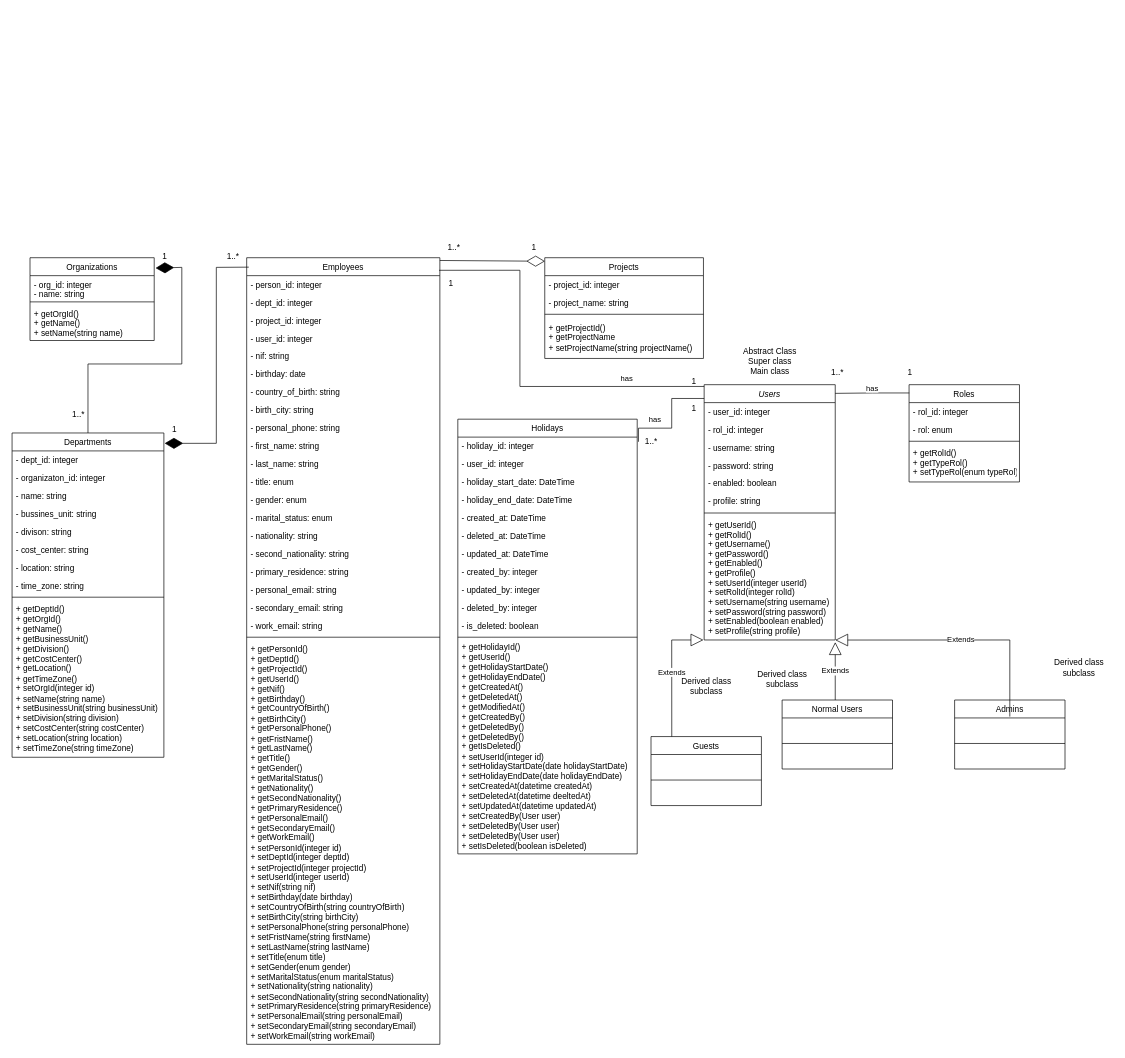
This is Diagramas/Diagrama-De-Clases/Diagrama_De_Clases_HolidaysApp.drawio from lhachete/Holidays-App, a draw.io file, before an edit. Source tidied: cells renumbered, new cells numbered last; positions are measured from the earlier drawing's top-left corner, leaving out a move shared by most shapes. Both pictures are drawn from the tidied source at 69%, with x=0, y=0 at pixel (12, 237).
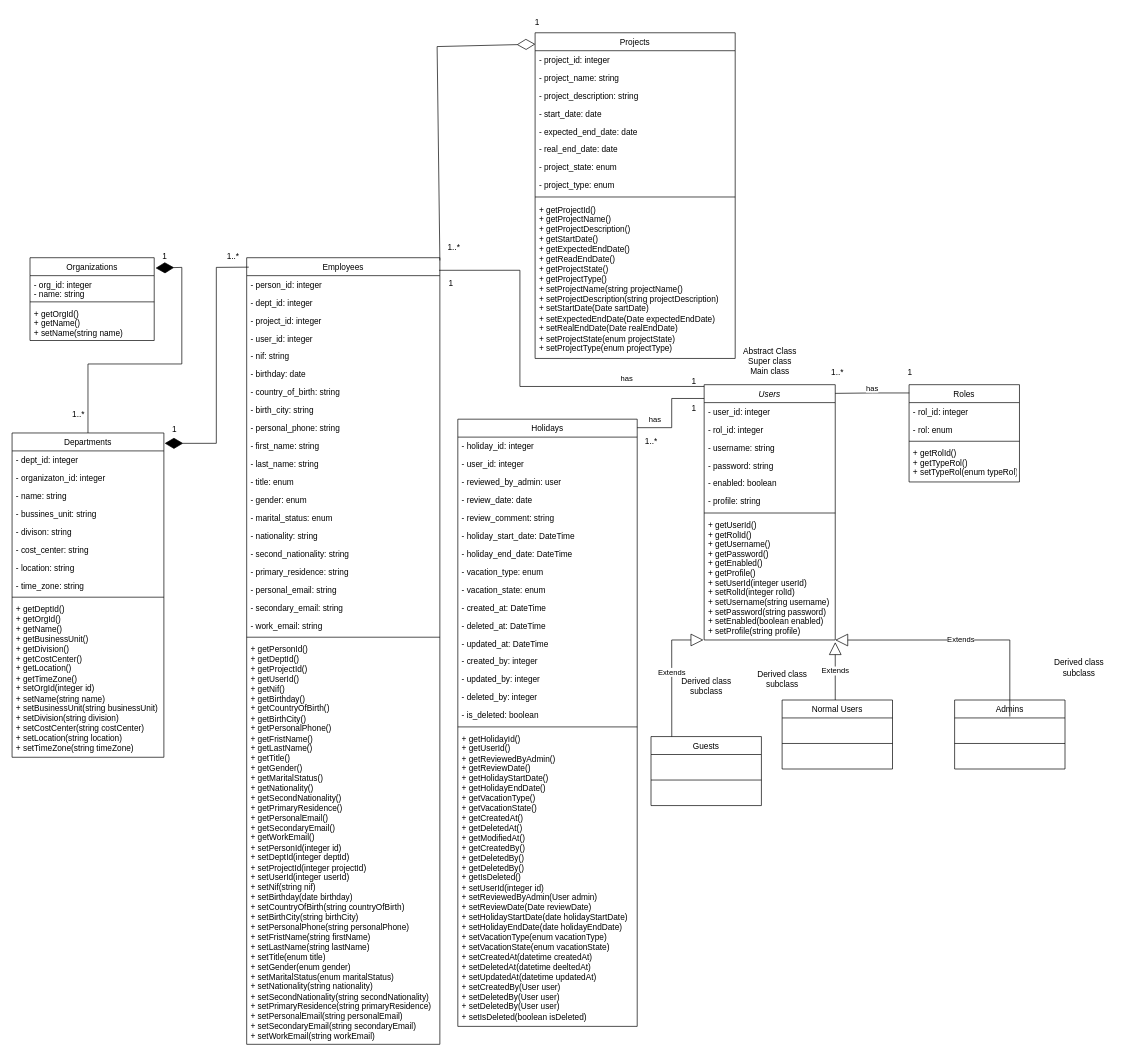
After the change.

What changed in the source:
```diff
@@
     <mxCell id="11" value="Holidays" style="swimlane;fontStyle=0;align=center;verticalAlign=top;horizontal=1;startSize=26;rounded=0;shadow=0;strokeWidth=1;" parent="1" vertex="1">
-      <mxGeometry x="646" y="264" width="260" height="630" as="geometry" />
+      <mxGeometry x="646" y="264" width="260" height="880" as="geometry" />
     </mxCell>
@@
+    <mxCell id="107" value="- reviewed_by_admin: user" style="text;align=left;verticalAlign=top;spacingLeft=4;spacingRight=4;overflow=hidden;rounded=0;shadow=0;html=0;" parent="11" vertex="1">
+      <mxGeometry y="78" width="260" height="26" as="geometry" />
+    </mxCell>
+    <mxCell id="108" value="- review_date: date" style="text;align=left;verticalAlign=top;spacingLeft=4;spacingRight=4;overflow=hidden;rounded=0;shadow=0;html=0;" parent="11" vertex="1">
+      <mxGeometry y="104" width="260" height="26" as="geometry" />
+    </mxCell>
+    <mxCell id="109" value="- review_comment: string" style="text;align=left;verticalAlign=top;spacingLeft=4;spacingRight=4;overflow=hidden;rounded=0;shadow=0;html=0;" parent="11" vertex="1">
+      <mxGeometry y="130" width="260" height="26" as="geometry" />
+    </mxCell>
     <mxCell id="14" value="- holiday_start_date: DateTime" style="text;align=left;verticalAlign=top;spacingLeft=4;spacingRight=4;overflow=hidden;rounded=0;shadow=0;html=0;" parent="11" vertex="1">
-      <mxGeometry y="78" width="260" height="26" as="geometry" />
+      <mxGeometry y="156" width="260" height="26" as="geometry" />
     </mxCell>
     <mxCell id="15" value="- holiday_end_date: DateTime" style="text;align=left;verticalAlign=top;spacingLeft=4;spacingRight=4;overflow=hidden;rounded=0;shadow=0;html=0;" parent="11" vertex="1">
-      <mxGeometry y="104" width="260" height="26" as="geometry" />
+      <mxGeometry y="182" width="260" height="26" as="geometry" />
     </mxCell>
+    <mxCell id="110" value="- vacation_type: enum" style="text;align=left;verticalAlign=top;spacingLeft=4;spacingRight=4;overflow=hidden;rounded=0;shadow=0;html=0;" parent="11" vertex="1">
+      <mxGeometry y="208" width="260" height="26" as="geometry" />
+    </mxCell>
+    <mxCell id="111" value="- vacation_state: enum" style="text;align=left;verticalAlign=top;spacingLeft=4;spacingRight=4;overflow=hidden;rounded=0;shadow=0;html=0;" parent="11" vertex="1">
+      <mxGeometry y="234" width="260" height="26" as="geometry" />
+    </mxCell>
     <mxCell id="16" value="- created_at: DateTime" style="text;align=left;verticalAlign=top;spacingLeft=4;spacingRight=4;overflow=hidden;rounded=0;shadow=0;html=0;" parent="11" vertex="1">
-      <mxGeometry y="130" width="260" height="26" as="geometry" />
+      <mxGeometry y="260" width="260" height="26" as="geometry" />
     </mxCell>
     <mxCell id="17" value="- deleted_at: DateTime" style="text;align=left;verticalAlign=top;spacingLeft=4;spacingRight=4;overflow=hidden;rounded=0;shadow=0;html=0;" parent="11" vertex="1">
-      <mxGeometry y="156" width="260" height="26" as="geometry" />
+      <mxGeometry y="286" width="260" height="26" as="geometry" />
     </mxCell>
     <mxCell id="18" value="- updated_at: DateTime" style="text;align=left;verticalAlign=top;spacingLeft=4;spacingRight=4;overflow=hidden;rounded=0;shadow=0;html=0;" parent="11" vertex="1">
-      <mxGeometry y="182" width="260" height="26" as="geometry" />
+      <mxGeometry y="312" width="260" height="26" as="geometry" />
     </mxCell>
     <mxCell id="19" value="- created_by: integer" style="text;align=left;verticalAlign=top;spacingLeft=4;spacingRight=4;overflow=hidden;rounded=0;shadow=0;html=0;" parent="11" vertex="1">
-      <mxGeometry y="208" width="260" height="26" as="geometry" />
+      <mxGeometry y="338" width="260" height="26" as="geometry" />
     </mxCell>
     <mxCell id="20" value="- updated_by: integer" style="text;align=left;verticalAlign=top;spacingLeft=4;spacingRight=4;overflow=hidden;rounded=0;shadow=0;html=0;" parent="11" vertex="1">
-      <mxGeometry y="234" width="260" height="26" as="geometry" />
+      <mxGeometry y="364" width="260" height="26" as="geometry" />
     </mxCell>
     <mxCell id="21" value="- deleted_by: integer" style="text;align=left;verticalAlign=top;spacingLeft=4;spacingRight=4;overflow=hidden;rounded=0;shadow=0;html=0;" parent="11" vertex="1">
-      <mxGeometry y="260" width="260" height="26" as="geometry" />
+      <mxGeometry y="390" width="260" height="26" as="geometry" />
     </mxCell>
     <mxCell id="22" value="- is_deleted: boolean" style="text;align=left;verticalAlign=top;spacingLeft=4;spacingRight=4;overflow=hidden;rounded=0;shadow=0;html=0;" parent="11" vertex="1">
-      <mxGeometry y="286" width="260" height="26" as="geometry" />
+      <mxGeometry y="416" width="260" height="26" as="geometry" />
     </mxCell>
     <mxCell id="23" style="line;html=1;strokeWidth=1;align=left;verticalAlign=middle;spacingTop=-1;spacingLeft=3;spacingRight=3;labelPosition=right;" parent="11" vertex="1">
-      <mxGeometry y="312" width="260" height="8" as="geometry" />
+      <mxGeometry y="442" width="260" height="8" as="geometry" />
     </mxCell>
-    <mxCell id="24" value="+ getHolidayId()&lt;div&gt;+ getUserId()&lt;br&gt;+ getHolidayStartDate()&lt;br&gt;+ getHolidayEndDate()&lt;/div&gt;&lt;div&gt;+ getCreatedAt()&lt;/div&gt;&lt;div&gt;+ getDeletedAt()&lt;/div&gt;&lt;div&gt;+ getModifiedAt()&lt;/div&gt;&lt;div&gt;+ getCreatedBy()&lt;/div&gt;&lt;div&gt;+ getDeletedBy()&lt;/div&gt;&lt;div&gt;+ getDeletedBy()&lt;/div&gt;&lt;div&gt;+ getIsDeleted()&lt;br&gt;+ setUserId(integer id)&lt;br&gt;+ setHolidayStartDate(date holidayStartDate)&lt;br&gt;+ setHolidayEndDate(date holidayEndDate)&lt;/div&gt;&lt;div&gt;&lt;div&gt;+ setCreatedAt(datetime createdAt)&lt;/div&gt;&lt;div&gt;+ setDeletedAt(datetime deeltedAt)&lt;/div&gt;&lt;div&gt;+ setUpdatedAt(datetime updatedAt)&lt;/div&gt;&lt;div&gt;&lt;div&gt;+ setCreatedBy(User user)&lt;/div&gt;&lt;div&gt;+ setDeletedBy(&lt;span style=&quot;background-color: transparent; color: light-dark(rgb(0, 0, 0), rgb(255, 255, 255));&quot;&gt;User user&lt;/span&gt;&lt;span style=&quot;background-color: transparent; color: light-dark(rgb(0, 0, 0), rgb(255, 255, 255));&quot;&gt;)&lt;/span&gt;&lt;/div&gt;&lt;div&gt;+ setDeletedBy(&lt;span style=&quot;background-color: transparent; color: light-dark(rgb(0, 0, 0), rgb(255, 255, 255));&quot;&gt;User user&lt;/span&gt;&lt;span style=&quot;background-color: transparent; color: light-dark(rgb(0, 0, 0), rgb(255, 255, 255));&quot;&gt;)&lt;/span&gt;&lt;/div&gt;&lt;/div&gt;&lt;/div&gt;&lt;div&gt;&lt;span style=&quot;background-color: transparent; color: light-dark(rgb(0, 0, 0), rgb(255, 255, 255));&quot;&gt;+ setIsDeleted(boolean isDeleted)&lt;/span&gt;&lt;/div&gt;" style="text;align=left;verticalAlign=middle;spacingLeft=4;spacingRight=4;overflow=hidden;rounded=0;shadow=0;html=1;spacing=2;" parent="11" vertex="1">
-      <mxGeometry y="320" width="260" height="310" as="geometry" />
+    <mxCell id="24" value="+ getHolidayId()&lt;div&gt;+ getUserId()&lt;/div&gt;&lt;div&gt;+ getReviewedByAdmin()&lt;/div&gt;&lt;div&gt;+ getReviewDate()&lt;br&gt;+ getHolidayStartDate()&lt;br&gt;+ getHolidayEndDate()&lt;/div&gt;&lt;div&gt;+ getVacationType()&lt;/div&gt;&lt;div&gt;+ getVacationState()&lt;/div&gt;&lt;div&gt;+ getCreatedAt()&lt;/div&gt;&lt;div&gt;+ getDeletedAt()&lt;/div&gt;&lt;div&gt;+ getModifiedAt()&lt;/div&gt;&lt;div&gt;+ getCreatedBy()&lt;/div&gt;&lt;div&gt;+ getDeletedBy()&lt;/div&gt;&lt;div&gt;+ getDeletedBy()&lt;/div&gt;&lt;div&gt;+ getIsDeleted()&lt;br&gt;+ setUserId(integer id)&lt;/div&gt;&lt;div&gt;&lt;div&gt;+ setReviewedByAdmin(User admin)&lt;/div&gt;&lt;div&gt;+ setReviewDate(Date reviewDate)&lt;/div&gt;+ setHolidayStartDate(date holidayStartDate)&lt;br&gt;+ setHolidayEndDate(date holidayEndDate)&lt;/div&gt;&lt;div&gt;&lt;div&gt;&lt;div&gt;+ setVacationType(enum vacationType)&lt;/div&gt;&lt;div&gt;+ setVacationState(enum vacationState)&lt;/div&gt;&lt;/div&gt;&lt;div&gt;+ setCreatedAt(datetime createdAt)&lt;/div&gt;&lt;div&gt;+ setDeletedAt(datetime deeltedAt)&lt;/div&gt;&lt;div&gt;+ setUpdatedAt(datetime updatedAt)&lt;/div&gt;&lt;div&gt;&lt;div&gt;+ setCreatedBy(User user)&lt;/div&gt;&lt;div&gt;+ setDeletedBy(&lt;span style=&quot;background-color: transparent; color: light-dark(rgb(0, 0, 0), rgb(255, 255, 255));&quot;&gt;User user&lt;/span&gt;&lt;span style=&quot;background-color: transparent; color: light-dark(rgb(0, 0, 0), rgb(255, 255, 255));&quot;&gt;)&lt;/span&gt;&lt;/div&gt;&lt;div&gt;+ setDeletedBy(&lt;span style=&quot;background-color: transparent; color: light-dark(rgb(0, 0, 0), rgb(255, 255, 255));&quot;&gt;User user&lt;/span&gt;&lt;span style=&quot;background-color: transparent; color: light-dark(rgb(0, 0, 0), rgb(255, 255, 255));&quot;&gt;)&lt;/span&gt;&lt;/div&gt;&lt;/div&gt;&lt;/div&gt;&lt;div&gt;&lt;span style=&quot;background-color: transparent; color: light-dark(rgb(0, 0, 0), rgb(255, 255, 255));&quot;&gt;+ setIsDeleted(boolean isDeleted)&lt;/span&gt;&lt;/div&gt;" style="text;align=left;verticalAlign=middle;spacingLeft=4;spacingRight=4;overflow=hidden;rounded=0;shadow=0;html=1;spacing=2;" parent="11" vertex="1">
+      <mxGeometry y="450" width="260" height="430" as="geometry" />
     </mxCell>
@@
     <mxCell id="53" value="Projects" style="swimlane;fontStyle=0;align=center;verticalAlign=top;horizontal=1;startSize=26;rounded=0;shadow=0;strokeWidth=1;" parent="1" vertex="1">
-      <mxGeometry x="772" y="30" width="230" height="146" as="geometry" />
+      <mxGeometry x="758" y="-296" width="290" height="472" as="geometry" />
     </mxCell>
     <mxCell id="54" value="- project_id: integer" style="text;align=left;verticalAlign=top;spacingLeft=4;spacingRight=4;overflow=hidden;" parent="53" vertex="1">
-      <mxGeometry y="26" width="230" height="26" as="geometry" />
+      <mxGeometry y="26" width="290" height="26" as="geometry" />
     </mxCell>
     <mxCell id="55" value="- project_name: string" style="text;align=left;verticalAlign=top;spacingLeft=4;spacingRight=4;overflow=hidden;" parent="53" vertex="1">
-      <mxGeometry y="52" width="230" height="26" as="geometry" />
+      <mxGeometry y="52" width="290" height="26" as="geometry" />
     </mxCell>
+    <mxCell id="112" value="- project_description: string" style="text;align=left;verticalAlign=top;spacingLeft=4;spacingRight=4;overflow=hidden;" parent="53" vertex="1">
+      <mxGeometry y="78" width="290" height="26" as="geometry" />
+    </mxCell>
+    <mxCell id="113" value="- start_date: date" style="text;align=left;verticalAlign=top;spacingLeft=4;spacingRight=4;overflow=hidden;" parent="53" vertex="1">
+      <mxGeometry y="104" width="290" height="26" as="geometry" />
+    </mxCell>
+    <mxCell id="114" value="- expected_end_date: date" style="text;align=left;verticalAlign=top;spacingLeft=4;spacingRight=4;overflow=hidden;" parent="53" vertex="1">
+      <mxGeometry y="130" width="290" height="26" as="geometry" />
+    </mxCell>
+    <mxCell id="115" value="- real_end_date: date" style="text;align=left;verticalAlign=top;spacingLeft=4;spacingRight=4;overflow=hidden;" parent="53" vertex="1">
+      <mxGeometry y="156" width="290" height="26" as="geometry" />
+    </mxCell>
+    <mxCell id="116" value="- project_state: enum" style="text;align=left;verticalAlign=top;spacingLeft=4;spacingRight=4;overflow=hidden;" parent="53" vertex="1">
+      <mxGeometry y="182" width="290" height="26" as="geometry" />
+    </mxCell>
+    <mxCell id="117" value="- project_type: enum" style="text;align=left;verticalAlign=top;spacingLeft=4;spacingRight=4;overflow=hidden;" parent="53" vertex="1">
+      <mxGeometry y="208" width="290" height="26" as="geometry" />
+    </mxCell>
     <mxCell id="56" style="line;html=1;strokeWidth=1;align=left;verticalAlign=middle;spacingTop=-1;spacingLeft=3;spacingRight=3;labelPosition=right;" parent="53" vertex="1">
-      <mxGeometry y="78" width="230" height="8" as="geometry" />
+      <mxGeometry y="234" width="290" height="8" as="geometry" />
     </mxCell>
-    <mxCell id="57" value="+ getProjectId()&lt;div&gt;+ getProjectName&lt;/div&gt;&lt;div&gt;+ setProjectName(string projectName()&lt;/div&gt;" style="text;html=1;align=left;verticalAlign=middle;strokeColor=none;fillColor=none;spacingLeft=4;" parent="53" vertex="1">
-      <mxGeometry y="86" width="230" height="60" as="geometry" />
+    <mxCell id="57" value="+ getProjectId()&lt;div&gt;+ getProjectName()&lt;/div&gt;&lt;div&gt;+ getProjectDescription()&lt;/div&gt;&lt;div&gt;+ getStartDate()&lt;/div&gt;&lt;div&gt;+ getExpectedEndDate()&lt;/div&gt;&lt;div&gt;+ getReadEndDate()&lt;/div&gt;&lt;div&gt;+ getProjectState()&lt;/div&gt;&lt;div&gt;+ getProjectType()&lt;/div&gt;&lt;div&gt;+ setProjectName(string projectName()&lt;/div&gt;&lt;div&gt;&lt;div&gt;+ setProjectDescription(string projectDescription)&lt;/div&gt;&lt;div&gt;+ setStartDate(Date sartDate)&lt;/div&gt;&lt;div&gt;+ setExpectedEndDate(Date expectedEndDate)&lt;/div&gt;&lt;div&gt;+ setRealEndDate(Date realEndDate)&lt;/div&gt;&lt;div&gt;+ setProjectState(enum projectState)&lt;/div&gt;&lt;div&gt;+ setProjectType(enum projectType)&lt;/div&gt;&lt;/div&gt;" style="text;html=1;align=left;verticalAlign=middle;strokeColor=none;fillColor=none;spacingLeft=4;" parent="53" vertex="1">
+      <mxGeometry y="242" width="290" height="230" as="geometry" />
     </mxCell>
@@
     <mxCell id="88" style="endArrow=diamondThin;endFill=0;endSize=24;html=1;rounded=0;entryX=0.001;entryY=0.035;entryDx=0;entryDy=0;entryPerimeter=0;exitX=0.996;exitY=0.011;exitDx=0;exitDy=0;exitPerimeter=0;" parent="1" edge="1" target="53">
       <mxGeometry relative="1" as="geometry">
         <mxPoint x="620" y="34" as="sourcePoint" />
+        <Array as="points">
+          <mxPoint x="616" y="-276" />
+        </Array>
       </mxGeometry>
     </mxCell>
@@
-    <mxCell id="91" style="endArrow=none;html=1;edgeStyle=orthogonalEdgeStyle;rounded=0;exitX=1.007;exitY=0.052;exitDx=0;exitDy=0;exitPerimeter=0;" parent="1" edge="1" source="11">
+    <mxCell id="91" style="endArrow=none;html=1;edgeStyle=orthogonalEdgeStyle;rounded=0;exitX=1;exitY=0.014;exitDx=0;exitDy=0;exitPerimeter=0;" parent="1" edge="1" source="11">
       <mxGeometry relative="1" as="geometry">
         <mxPoint x="1003" y="234" as="targetPoint" />
         <Array as="points">
-          <mxPoint x="956" y="277" />
+          <mxPoint x="956" y="276" />
           <mxPoint x="956" y="234" />
         </Array>
       </mxGeometry>
     </mxCell>
@@
     <mxCell id="100" value="1" style="text;html=1;align=center;verticalAlign=middle;strokeColor=none;fillColor=none;" parent="1" vertex="1">
-      <mxGeometry x="741" width="30" height="30" as="geometry" />
+      <mxGeometry x="746" y="-326" width="30" height="30" as="geometry" />
     </mxCell>
```
